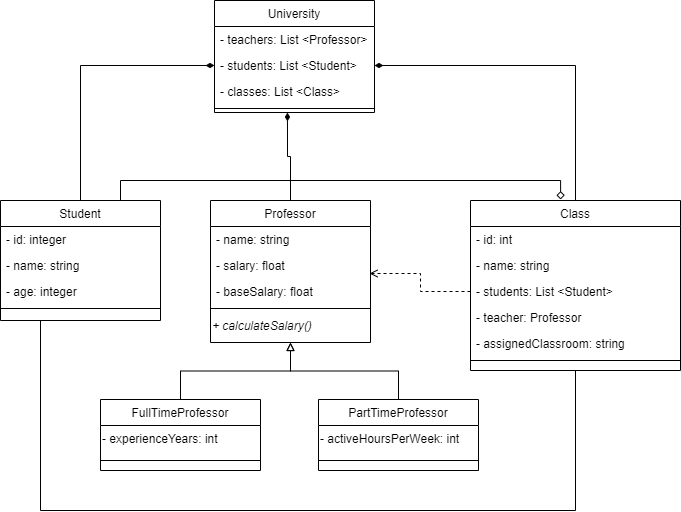
Above: FinalProject.drawio.png in santicr21/oop_final_project (draw.io), before the change. Source tidied: cells renumbered, new cells last; positions are measured from the earlier drawing's top-left corner, leaving out a move shared by most shapes. Source of this version:
```xml
<mxGraphModel>
  <root>
    <mxCell id="0" />
    <mxCell id="1" parent="0" />
    <mxCell id="2" style="edgeStyle=orthogonalEdgeStyle;rounded=0;jettySize=auto;html=1;exitX=0.5;exitY=0;exitDx=0;exitDy=0;entryX=0;entryY=0.5;entryDx=0;entryDy=0;endArrow=diamondThin;endFill=1;" parent="1" edge="1" source="4" target="18">
      <mxGeometry relative="1" as="geometry" />
    </mxCell>
    <mxCell id="3" style="edgeStyle=orthogonalEdgeStyle;rounded=0;jettySize=auto;html=1;exitX=0.75;exitY=0;exitDx=0;exitDy=0;entryX=0.429;entryY=-0.006;entryDx=0;entryDy=0;entryPerimeter=0;endArrow=diamond;endFill=0;" parent="1" edge="1" source="4" target="30">
      <mxGeometry relative="1" as="geometry" />
    </mxCell>
    <mxCell id="4" value="Student" style="swimlane;fontStyle=0;align=center;verticalAlign=top;horizontal=1;startSize=26;rounded=0;shadow=0;strokeWidth=1;" parent="1" vertex="1">
      <mxGeometry y="200" width="160" height="120" as="geometry" />
    </mxCell>
    <mxCell id="5" value="- id: integer" style="text;align=left;verticalAlign=top;spacingLeft=4;spacingRight=4;overflow=hidden;rounded=0;shadow=0;html=0;" parent="4" vertex="1">
      <mxGeometry y="26" width="160" height="26" as="geometry" />
    </mxCell>
    <mxCell id="6" value="- name: string" style="text;align=left;verticalAlign=top;spacingLeft=4;spacingRight=4;overflow=hidden;" parent="4" vertex="1">
      <mxGeometry y="52" width="160" height="26" as="geometry" />
    </mxCell>
    <mxCell id="7" value="- age: integer" style="text;align=left;verticalAlign=top;spacingLeft=4;spacingRight=4;overflow=hidden;rounded=0;shadow=0;html=0;" parent="4" vertex="1">
      <mxGeometry y="78" width="160" height="26" as="geometry" />
    </mxCell>
    <mxCell id="8" style="line;html=1;strokeWidth=1;align=left;verticalAlign=middle;spacingTop=-1;spacingLeft=3;spacingRight=3;labelPosition=right;" parent="4" vertex="1">
      <mxGeometry y="104" width="160" height="8" as="geometry" />
    </mxCell>
    <mxCell id="9" style="edgeStyle=orthogonalEdgeStyle;rounded=0;jettySize=auto;html=1;exitX=0.5;exitY=0;exitDx=0;exitDy=0;entryX=0.456;entryY=1;entryDx=0;entryDy=0;entryPerimeter=0;endArrow=diamondThin;endFill=1;" parent="1" edge="1" source="10" target="38">
      <mxGeometry relative="1" as="geometry" />
    </mxCell>
    <mxCell id="10" value="Professor" style="swimlane;fontStyle=0;align=center;verticalAlign=top;horizontal=1;startSize=26;rounded=0;shadow=0;strokeWidth=1;" parent="1" vertex="1">
      <mxGeometry x="210" y="200" width="160" height="142" as="geometry" />
    </mxCell>
    <mxCell id="11" value="- name: string" style="text;align=left;verticalAlign=top;spacingLeft=4;spacingRight=4;overflow=hidden;" parent="10" vertex="1">
      <mxGeometry y="26" width="160" height="26" as="geometry" />
    </mxCell>
    <mxCell id="12" value="- salary: float" style="text;align=left;verticalAlign=top;spacingLeft=4;spacingRight=4;overflow=hidden;points=[[0,0.5],[1,0.5]];portConstraint=eastwest;" parent="10" vertex="1">
      <mxGeometry y="52" width="160" height="26" as="geometry" />
    </mxCell>
    <mxCell id="13" value="- baseSalary: float" style="text;align=left;verticalAlign=top;spacingLeft=4;spacingRight=4;overflow=hidden;" parent="10" vertex="1">
      <mxGeometry y="78" width="160" height="26" as="geometry" />
    </mxCell>
    <mxCell id="14" style="line;html=1;strokeWidth=1;align=left;verticalAlign=middle;spacingTop=-1;spacingLeft=3;spacingRight=3;labelPosition=right;" parent="10" vertex="1">
      <mxGeometry y="104" width="160" height="8" as="geometry" />
    </mxCell>
    <mxCell id="15" value="&lt;i&gt;+ calculateSalary()&lt;/i&gt;" style="text;html=1;align=left;verticalAlign=top;strokeColor=none;fillColor=none;" parent="10" vertex="1">
      <mxGeometry y="112" width="160" height="30" as="geometry" />
    </mxCell>
    <mxCell id="16" value="University" style="swimlane;fontStyle=0;align=center;verticalAlign=top;horizontal=1;startSize=26;rounded=0;shadow=0;strokeWidth=1;" parent="1" vertex="1">
      <mxGeometry x="214" width="160" height="112" as="geometry" />
    </mxCell>
    <mxCell id="17" value="- teachers: List &lt;Professor&gt;" style="text;align=left;verticalAlign=top;spacingLeft=4;spacingRight=4;overflow=hidden;" parent="16" vertex="1">
      <mxGeometry y="26" width="160" height="26" as="geometry" />
    </mxCell>
    <mxCell id="18" value="- students: List &lt;Student&gt;" style="text;align=left;verticalAlign=top;spacingLeft=4;spacingRight=4;overflow=hidden;points=[[0,0.5],[1,0.5]];portConstraint=eastwest;rounded=0;shadow=0;html=0;" parent="16" vertex="1">
      <mxGeometry y="52" width="160" height="26" as="geometry" />
    </mxCell>
    <mxCell id="19" value="- classes: List &lt;Class&gt;" style="text;align=left;verticalAlign=top;spacingLeft=4;spacingRight=4;overflow=hidden;rounded=0;shadow=0;html=0;" parent="16" vertex="1">
      <mxGeometry y="78" width="160" height="26" as="geometry" />
    </mxCell>
    <mxCell id="20" style="edgeStyle=orthogonalEdgeStyle;rounded=0;jettySize=auto;html=1;exitX=0.5;exitY=0;exitDx=0;exitDy=0;entryX=0.5;entryY=1;entryDx=0;entryDy=0;endArrow=block;endFill=0;" parent="1" edge="1" source="21" target="10">
      <mxGeometry relative="1" as="geometry" />
    </mxCell>
    <mxCell id="21" value="FullTimeProfessor" style="swimlane;fontStyle=0;align=center;verticalAlign=top;horizontal=1;startSize=26;rounded=0;shadow=0;strokeWidth=1;" parent="1" vertex="1">
      <mxGeometry x="100" y="399" width="160" height="71" as="geometry" />
    </mxCell>
    <mxCell id="22" value="-&amp;nbsp;experienceYears&lt;span style=&quot;background-color: initial;&quot;&gt;: int&lt;/span&gt;" style="text;html=1;align=left;verticalAlign=top;strokeColor=none;fillColor=none;horizontal=1;" parent="21" vertex="1">
      <mxGeometry y="26" width="160" height="30" as="geometry" />
    </mxCell>
    <mxCell id="23" style="line;html=1;strokeWidth=1;align=left;verticalAlign=middle;spacingTop=-1;spacingLeft=3;spacingRight=3;labelPosition=right;" parent="21" vertex="1">
      <mxGeometry y="56" width="160" height="10" as="geometry" />
    </mxCell>
    <mxCell id="24" style="edgeStyle=orthogonalEdgeStyle;rounded=0;jettySize=auto;html=1;exitX=0.5;exitY=0;exitDx=0;exitDy=0;entryX=0.5;entryY=1;entryDx=0;entryDy=0;endArrow=block;endFill=0;" parent="1" edge="1" source="25" target="10">
      <mxGeometry relative="1" as="geometry" />
    </mxCell>
    <mxCell id="25" value="PartTimeProfessor" style="swimlane;fontStyle=0;align=center;verticalAlign=top;horizontal=1;startSize=26;rounded=0;shadow=0;strokeWidth=1;" parent="1" vertex="1">
      <mxGeometry x="318" y="399" width="160" height="71" as="geometry" />
    </mxCell>
    <mxCell id="26" value="-&amp;nbsp;activeHoursPerWeek&lt;span style=&quot;background-color: initial;&quot;&gt;: int&lt;/span&gt;" style="text;html=1;align=left;verticalAlign=top;strokeColor=none;fillColor=none;horizontal=1;" parent="25" vertex="1">
      <mxGeometry y="26" width="160" height="30" as="geometry" />
    </mxCell>
    <mxCell id="27" style="line;html=1;strokeWidth=1;align=left;verticalAlign=top;spacingTop=-1;spacingLeft=3;spacingRight=3;labelPosition=right;" parent="25" vertex="1">
      <mxGeometry y="56" width="160" height="10" as="geometry" />
    </mxCell>
    <mxCell id="28" style="edgeStyle=orthogonalEdgeStyle;rounded=0;jettySize=auto;html=1;exitX=0.5;exitY=0;exitDx=0;exitDy=0;entryX=1;entryY=0.5;entryDx=0;entryDy=0;endArrow=diamondThin;endFill=1;" parent="1" edge="1" source="30" target="18">
      <mxGeometry relative="1" as="geometry" />
    </mxCell>
    <mxCell id="29" style="edgeStyle=orthogonalEdgeStyle;rounded=0;jettySize=auto;html=1;exitX=0.5;exitY=1;exitDx=0;exitDy=0;entryX=0.25;entryY=1;entryDx=0;entryDy=0;endArrow=none;endFill=0;" parent="1" edge="1" source="30" target="4">
      <mxGeometry relative="1" as="geometry">
        <Array as="points">
          <mxPoint x="575" y="510" />
          <mxPoint x="40" y="510" />
        </Array>
      </mxGeometry>
    </mxCell>
    <mxCell id="30" value="Class" style="swimlane;fontStyle=0;align=center;verticalAlign=top;horizontal=1;startSize=26;rounded=0;shadow=0;strokeWidth=1;" parent="1" vertex="1">
      <mxGeometry x="470" y="200" width="210" height="170" as="geometry" />
    </mxCell>
    <mxCell id="31" value="- id: int" style="text;align=left;verticalAlign=top;spacingLeft=4;spacingRight=4;overflow=hidden;" parent="30" vertex="1">
      <mxGeometry y="26" width="210" height="26" as="geometry" />
    </mxCell>
    <mxCell id="32" value="- name: string" style="text;align=left;verticalAlign=top;spacingLeft=4;spacingRight=4;overflow=hidden;" parent="30" vertex="1">
      <mxGeometry y="52" width="210" height="26" as="geometry" />
    </mxCell>
    <mxCell id="33" value="- students: List &lt;Student&gt;" style="text;align=left;verticalAlign=top;spacingLeft=4;spacingRight=4;overflow=hidden;points=[[0,0.5],[1,0.5]];portConstraint=eastwest;rounded=0;shadow=0;html=0;" parent="30" vertex="1">
      <mxGeometry y="78" width="210" height="26" as="geometry" />
    </mxCell>
    <mxCell id="34" value="- teacher: Professor&#10;" style="text;align=left;verticalAlign=top;spacingLeft=4;spacingRight=4;overflow=hidden;rounded=0;shadow=0;html=0;" parent="30" vertex="1">
      <mxGeometry y="104" width="210" height="26" as="geometry" />
    </mxCell>
    <mxCell id="35" value="- assignedClassroom: string" style="text;align=left;verticalAlign=top;spacingLeft=4;spacingRight=4;overflow=hidden;rounded=0;shadow=0;html=0;" parent="30" vertex="1">
      <mxGeometry y="130" width="210" height="26" as="geometry" />
    </mxCell>
    <mxCell id="36" style="line;html=1;strokeWidth=1;align=left;verticalAlign=middle;spacingTop=-1;spacingLeft=3;spacingRight=3;labelPosition=right;" parent="30" vertex="1">
      <mxGeometry y="156" width="210" height="8" as="geometry" />
    </mxCell>
    <mxCell id="37" style="edgeStyle=orthogonalEdgeStyle;rounded=0;jettySize=auto;html=1;exitX=0;exitY=0.5;exitDx=0;exitDy=0;entryX=0.994;entryY=0.808;entryDx=0;entryDy=0;entryPerimeter=0;dashed=1;endArrow=open;endFill=0;" parent="1" edge="1" source="33" target="12">
      <mxGeometry relative="1" as="geometry" />
    </mxCell>
    <mxCell id="38" style="line;html=1;strokeWidth=1;align=left;verticalAlign=middle;spacingTop=-1;spacingLeft=3;spacingRight=3;labelPosition=right;points=[];portConstraint=eastwest;" parent="1" vertex="1">
      <mxGeometry x="214" y="104" width="160" height="8" as="geometry" />
    </mxCell>
  </root>
</mxGraphModel>
```
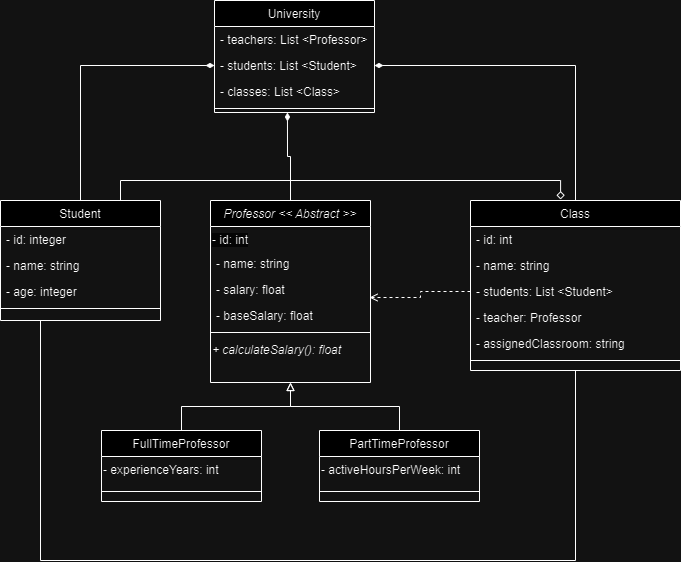
After the commit.

Commit message:
Modified: UML Class diagram

The edit, as a diff of the source:
```diff
@@ -26,23 +26,26 @@
     <mxCell id="9" style="edgeStyle=orthogonalEdgeStyle;rounded=0;jettySize=auto;html=1;exitX=0.5;exitY=0;exitDx=0;exitDy=0;entryX=0.456;entryY=1;entryDx=0;entryDy=0;entryPerimeter=0;endArrow=diamondThin;endFill=1;" parent="1" edge="1" source="10" target="38">
       <mxGeometry relative="1" as="geometry" />
     </mxCell>
-    <mxCell id="10" value="Professor" style="swimlane;fontStyle=0;align=center;verticalAlign=top;horizontal=1;startSize=26;rounded=0;shadow=0;strokeWidth=1;" parent="1" vertex="1">
-      <mxGeometry x="210" y="200" width="160" height="142" as="geometry" />
+    <mxCell id="10" value="Professor &lt;&lt; Abstract &gt;&gt;" style="swimlane;fontStyle=2;align=center;verticalAlign=top;horizontal=1;startSize=26;rounded=0;shadow=0;strokeWidth=1;" parent="1" vertex="1">
+      <mxGeometry x="210" y="200" width="160" height="182" as="geometry" />
     </mxCell>
+    <mxCell id="39" value="&lt;span style=&quot;color: rgb(0, 0, 0); font-family: Helvetica; font-size: 12px; font-style: normal; font-variant-ligatures: normal; font-variant-caps: normal; font-weight: 400; letter-spacing: normal; orphans: 2; text-align: left; text-indent: 0px; text-transform: none; widows: 2; word-spacing: 0px; -webkit-text-stroke-width: 0px; background-color: rgb(251, 251, 251); text-decoration-thickness: initial; text-decoration-style: initial; text-decoration-color: initial; float: none; display: inline !important;&quot;&gt;- id: int&lt;/span&gt;" style="text;whiteSpace=wrap;html=1;" parent="10" vertex="1">
+      <mxGeometry y="26" width="160" height="24" as="geometry" />
+    </mxCell>
     <mxCell id="11" value="- name: string" style="text;align=left;verticalAlign=top;spacingLeft=4;spacingRight=4;overflow=hidden;" parent="10" vertex="1">
-      <mxGeometry y="26" width="160" height="26" as="geometry" />
+      <mxGeometry y="50" width="160" height="26" as="geometry" />
     </mxCell>
     <mxCell id="12" value="- salary: float" style="text;align=left;verticalAlign=top;spacingLeft=4;spacingRight=4;overflow=hidden;points=[[0,0.5],[1,0.5]];portConstraint=eastwest;" parent="10" vertex="1">
-      <mxGeometry y="52" width="160" height="26" as="geometry" />
+      <mxGeometry y="76" width="160" height="26" as="geometry" />
     </mxCell>
     <mxCell id="13" value="- baseSalary: float" style="text;align=left;verticalAlign=top;spacingLeft=4;spacingRight=4;overflow=hidden;" parent="10" vertex="1">
-      <mxGeometry y="78" width="160" height="26" as="geometry" />
+      <mxGeometry y="102" width="160" height="26" as="geometry" />
     </mxCell>
     <mxCell id="14" style="line;html=1;strokeWidth=1;align=left;verticalAlign=middle;spacingTop=-1;spacingLeft=3;spacingRight=3;labelPosition=right;" parent="10" vertex="1">
-      <mxGeometry y="104" width="160" height="8" as="geometry" />
+      <mxGeometry y="128" width="160" height="8" as="geometry" />
     </mxCell>
-    <mxCell id="15" value="&lt;i&gt;+ calculateSalary()&lt;/i&gt;" style="text;html=1;align=left;verticalAlign=top;strokeColor=none;fillColor=none;" parent="10" vertex="1">
-      <mxGeometry y="112" width="160" height="30" as="geometry" />
+    <mxCell id="15" value="&lt;i&gt;+ calculateSalary(): float&lt;/i&gt;" style="text;html=1;align=left;verticalAlign=top;strokeColor=none;fillColor=none;" parent="10" vertex="1">
+      <mxGeometry y="136" width="160" height="30" as="geometry" />
     </mxCell>
     <mxCell id="16" value="University" style="swimlane;fontStyle=0;align=center;verticalAlign=top;horizontal=1;startSize=26;rounded=0;shadow=0;strokeWidth=1;" parent="1" vertex="1">
       <mxGeometry x="214" width="160" height="112" as="geometry" />
@@ -60,7 +63,7 @@
       <mxGeometry relative="1" as="geometry" />
     </mxCell>
     <mxCell id="21" value="FullTimeProfessor" style="swimlane;fontStyle=0;align=center;verticalAlign=top;horizontal=1;startSize=26;rounded=0;shadow=0;strokeWidth=1;" parent="1" vertex="1">
-      <mxGeometry x="100" y="399" width="160" height="71" as="geometry" />
+      <mxGeometry x="101" y="430" width="160" height="71" as="geometry" />
     </mxCell>
     <mxCell id="22" value="-&amp;nbsp;experienceYears&lt;span style=&quot;background-color: initial;&quot;&gt;: int&lt;/span&gt;" style="text;html=1;align=left;verticalAlign=top;strokeColor=none;fillColor=none;horizontal=1;" parent="21" vertex="1">
       <mxGeometry y="26" width="160" height="30" as="geometry" />
@@ -72,7 +75,7 @@
       <mxGeometry relative="1" as="geometry" />
     </mxCell>
     <mxCell id="25" value="PartTimeProfessor" style="swimlane;fontStyle=0;align=center;verticalAlign=top;horizontal=1;startSize=26;rounded=0;shadow=0;strokeWidth=1;" parent="1" vertex="1">
-      <mxGeometry x="318" y="399" width="160" height="71" as="geometry" />
+      <mxGeometry x="319" y="430" width="160" height="71" as="geometry" />
     </mxCell>
     <mxCell id="26" value="-&amp;nbsp;activeHoursPerWeek&lt;span style=&quot;background-color: initial;&quot;&gt;: int&lt;/span&gt;" style="text;html=1;align=left;verticalAlign=top;strokeColor=none;fillColor=none;horizontal=1;" parent="25" vertex="1">
       <mxGeometry y="26" width="160" height="30" as="geometry" />
@@ -86,8 +89,8 @@
     <mxCell id="29" style="edgeStyle=orthogonalEdgeStyle;rounded=0;jettySize=auto;html=1;exitX=0.5;exitY=1;exitDx=0;exitDy=0;entryX=0.25;entryY=1;entryDx=0;entryDy=0;endArrow=none;endFill=0;" parent="1" edge="1" source="30" target="4">
       <mxGeometry relative="1" as="geometry">
         <Array as="points">
-          <mxPoint x="575" y="510" />
-          <mxPoint x="40" y="510" />
+          <mxPoint x="575" y="560" />
+          <mxPoint x="40" y="560" />
         </Array>
       </mxGeometry>
     </mxCell>
```
